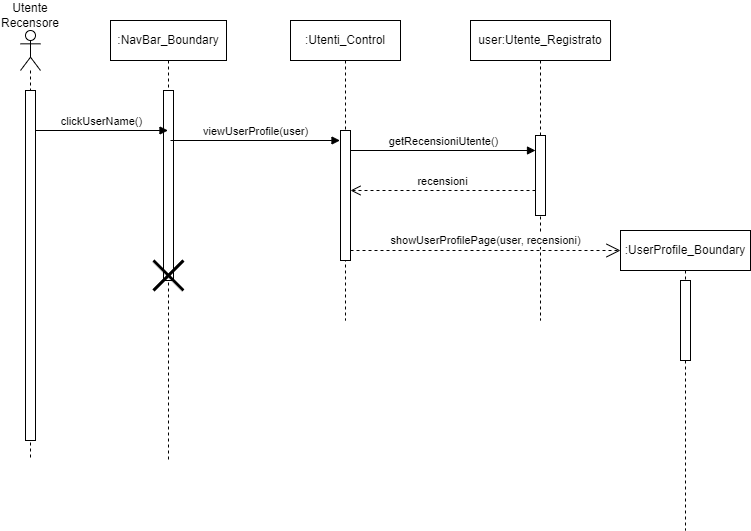
This is New Diagrams/Sequence Diagrams/UC11 Visualizzazione profilo personale.png from superfra01/Rated, a draw.io export, as it was before one commit. Source tidied: cells renumbered, new cells last; positions are measured from the earlier drawing's top-left corner, leaving out a move shared by most shapes.
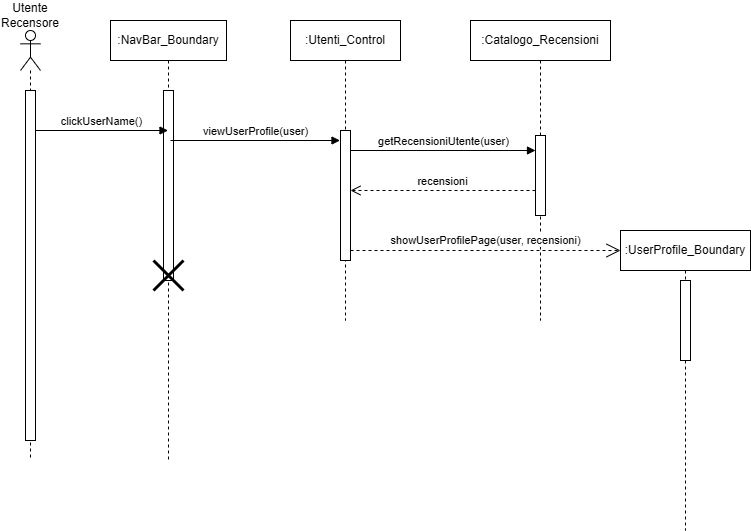
The same file after the commit.

Commit message:
raw file rad mofica User-Catalogo_Recensioni

Change to the diagram source:
```diff
@@ -2,10 +2,10 @@
   <root>
     <mxCell id="0" />
     <mxCell id="1" parent="0" />
-    <mxCell id="2" style="shape=umlLifeline;perimeter=lifelinePerimeter;whiteSpace=wrap;html=1;newEdgeStyle={&quot;curved&quot;:0,&quot;rounded&quot;:0};participant=umlActor;" parent="1" vertex="1">
-      <mxGeometry x="20" y="30" width="20" height="430" as="geometry" />
-    </mxCell>
+    <mxCell id="19" style="shape=umlLifeline;perimeter=lifelinePerimeter;whiteSpace=wrap;html=1;newEdgeStyle={&quot;curved&quot;:0,&quot;rounded&quot;:0};participant=umlActor;" parent="1" vertex="1">
+      <mxGeometry x="20" y="30" width="20" height="430" as="geometry" />
+    </mxCell>
-    <mxCell id="3" style="html=1;perimeter=orthogonalPerimeter;targetShapes=umlLifeline;newEdgeStyle={&quot;curved&quot;:0,&quot;rounded&quot;:0};" parent="2" vertex="1">
+    <mxCell id="3" style="html=1;perimeter=orthogonalPerimeter;targetShapes=umlLifeline;newEdgeStyle={&quot;curved&quot;:0,&quot;rounded&quot;:0};" parent="19" vertex="1">
       <mxGeometry x="5" y="60" width="10" height="350" as="geometry" />
     </mxCell>
     <mxCell id="4" value=":NavBar_Boundary" style="shape=umlLifeline;perimeter=lifelinePerimeter;whiteSpace=wrap;html=1;newEdgeStyle={&quot;curved&quot;:0,&quot;rounded&quot;:0};" parent="1" vertex="1">
@@ -35,17 +35,17 @@
         <mxPoint x="339.5" y="140" as="targetPoint" />
       </mxGeometry>
     </mxCell>
-    <mxCell id="11" value="user:Utente_Registrato" style="shape=umlLifeline;perimeter=lifelinePerimeter;whiteSpace=wrap;html=1;newEdgeStyle={&quot;curved&quot;:0,&quot;rounded&quot;:0};" parent="1" vertex="1">
-      <mxGeometry x="470" y="20" width="140" height="300" as="geometry" />
-    </mxCell>
+    <mxCell id="20" value=":Catalogo_Recensioni" style="shape=umlLifeline;perimeter=lifelinePerimeter;whiteSpace=wrap;html=1;newEdgeStyle={&quot;curved&quot;:0,&quot;rounded&quot;:0};" parent="1" vertex="1">
+      <mxGeometry x="470" y="20" width="140" height="300" as="geometry" />
+    </mxCell>
-    <mxCell id="12" style="html=1;points=[[0,0,0,0,5],[0,1,0,0,-5],[1,0,0,0,5],[1,1,0,0,-5]];perimeter=orthogonalPerimeter;outlineConnect=0;targetShapes=umlLifeline;portConstraint=eastwest;newEdgeStyle={&quot;curved&quot;:0,&quot;rounded&quot;:0};" parent="11" vertex="1">
+    <mxCell id="12" style="html=1;points=[[0,0,0,0,5],[0,1,0,0,-5],[1,0,0,0,5],[1,1,0,0,-5]];perimeter=orthogonalPerimeter;outlineConnect=0;targetShapes=umlLifeline;portConstraint=eastwest;newEdgeStyle={&quot;curved&quot;:0,&quot;rounded&quot;:0};" parent="20" vertex="1">
       <mxGeometry x="65" y="115" width="10" height="80" as="geometry" />
     </mxCell>
-    <mxCell id="13" value="getRecensioniUtente()" style="html=1;verticalAlign=bottom;endArrow=block;curved=0;rounded=0;" parent="1" edge="1" target="12">
-      <mxGeometry relative="1" as="geometry">
-        <mxPoint x="350" y="150" as="sourcePoint" />
-      </mxGeometry>
-    </mxCell>
+    <mxCell id="21" value="getRecensioniUtente(user)" style="html=1;verticalAlign=bottom;endArrow=block;curved=0;rounded=0;" parent="1" edge="1" target="12">
+      <mxGeometry relative="1" as="geometry">
+        <mxPoint x="350" y="150" as="sourcePoint" />
+      </mxGeometry>
+    </mxCell>
     <mxCell id="14" value="recensioni" style="html=1;verticalAlign=bottom;endArrow=open;dashed=1;endSize=8;curved=0;rounded=0;" parent="1" edge="1" source="12">
       <mxGeometry relative="1" as="geometry">
         <mxPoint x="350" y="190" as="targetPoint" />
```
